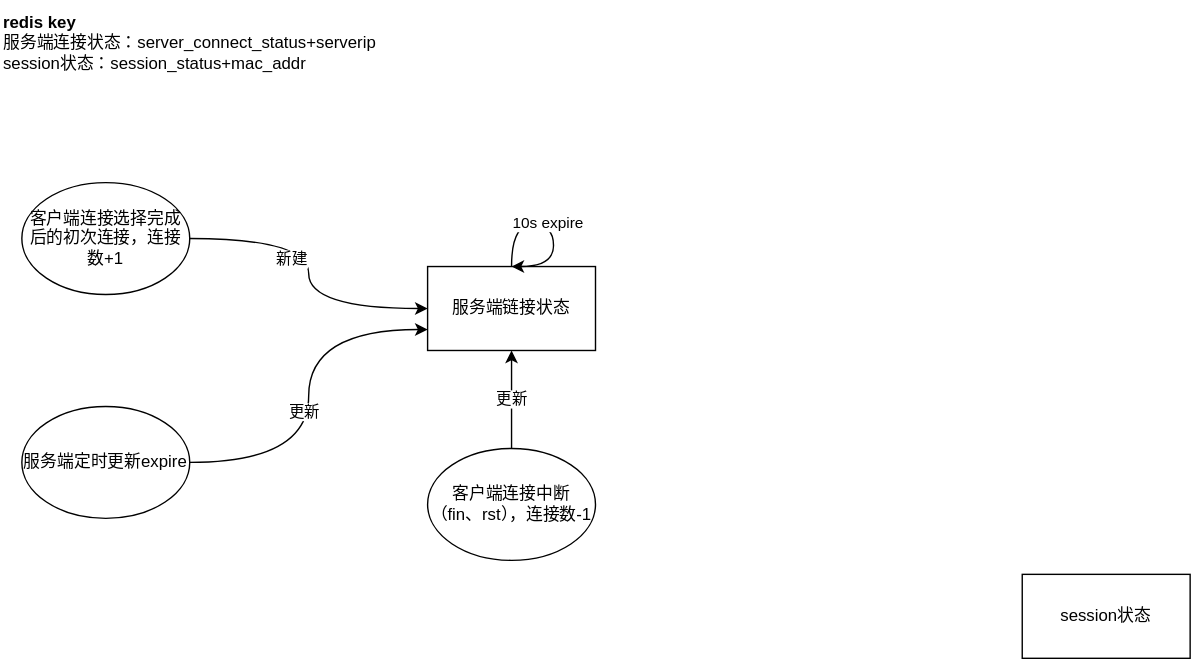
Earlier version of the draw.io export tc_redis统计数据状态转移图.svg (c17abab/diag_pics). Source tidied: cells renumbered, new cells last; positions are measured from the earlier drawing's top-left corner, leaving out a move shared by most shapes.
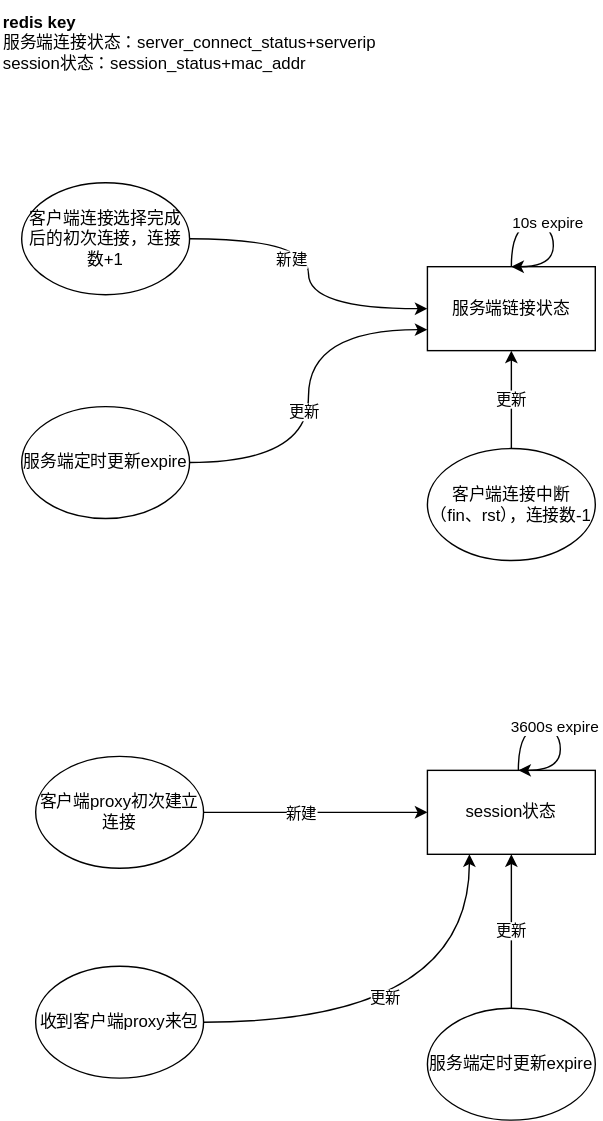
Above is the later version.

Commit message:
更新tc_redis统计数据状态转移图.svg

The edit, as a diff of the source:
```diff
@@ -6,7 +6,7 @@
       <mxGeometry x="305" y="190" width="120" height="60" as="geometry" />
     </mxCell>
     <mxCell id="3" value="session状态" style="rounded=0;whiteSpace=wrap;html=1;" parent="1" vertex="1">
-      <mxGeometry x="730" y="410" width="120" height="60" as="geometry" />
+      <mxGeometry x="305" y="550" width="120" height="60" as="geometry" />
     </mxCell>
     <mxCell id="4" value="&lt;b&gt;redis key&lt;/b&gt;&lt;br&gt;服务端连接状态：server_connect_status+serverip&lt;br&gt;session状态：session_status+mac_addr" style="text;html=1;strokeColor=none;fillColor=none;align=left;verticalAlign=middle;whiteSpace=wrap;rounded=0;" parent="1" vertex="1">
       <mxGeometry width="280" height="60" as="geometry" />
@@ -47,5 +47,43 @@
     <mxCell id="14" value="客户端连接中断（fin、rst），连接数-1" style="ellipse;whiteSpace=wrap;html=1;" parent="1" vertex="1">
       <mxGeometry x="305" y="320" width="120" height="80" as="geometry" />
     </mxCell>
+    <mxCell id="15" style="edgeStyle=orthogonalEdgeStyle;curved=1;rounded=0;orthogonalLoop=1;jettySize=auto;html=1;entryX=0.5;entryY=0;entryDx=0;entryDy=0;" parent="1" edge="1">
+      <mxGeometry relative="1" as="geometry">
+        <mxPoint x="370" y="550" as="sourcePoint" />
+        <mxPoint x="370" y="550" as="targetPoint" />
+        <Array as="points">
+          <mxPoint x="370" y="520" />
+          <mxPoint x="400" y="520" />
+          <mxPoint x="400" y="550" />
+        </Array>
+      </mxGeometry>
+    </mxCell>
+    <mxCell id="16" value="3600s expire" style="edgeLabel;html=1;align=center;verticalAlign=middle;" parent="15" vertex="1">
+      <mxGeometry x="-0.09" y="2" relative="1" as="geometry" />
+    </mxCell>
+    <mxCell id="17" style="edgeStyle=orthogonalEdgeStyle;curved=1;rounded=0;jettySize=auto;html=1;" parent="1" edge="1" source="19" target="3">
+      <mxGeometry relative="1" as="geometry" />
+    </mxCell>
+    <mxCell id="18" value="新建" style="edgeLabel;html=1;align=center;verticalAlign=middle;" parent="17" vertex="1">
+      <mxGeometry x="-0.14" relative="1" as="geometry" />
+    </mxCell>
+    <mxCell id="19" value="客户端proxy初次建立连接" style="ellipse;whiteSpace=wrap;html=1;" parent="1" vertex="1">
+      <mxGeometry x="25" y="540" width="120" height="80" as="geometry" />
+    </mxCell>
+    <mxCell id="20" style="edgeStyle=orthogonalEdgeStyle;curved=1;rounded=0;jettySize=auto;html=1;entryX=0.25;entryY=1;entryDx=0;entryDy=0;" parent="1" edge="1" source="22" target="3">
+      <mxGeometry relative="1" as="geometry" />
+    </mxCell>
+    <mxCell id="21" value="更新" style="edgeLabel;html=1;align=center;verticalAlign=middle;" parent="20" vertex="1">
+      <mxGeometry x="-0.17" y="18" relative="1" as="geometry" />
+    </mxCell>
+    <mxCell id="22" value="收到客户端proxy来包" style="ellipse;whiteSpace=wrap;html=1;" parent="1" vertex="1">
+      <mxGeometry x="25" y="690" width="120" height="80" as="geometry" />
+    </mxCell>
+    <mxCell id="23" value="更新" style="edgeStyle=orthogonalEdgeStyle;curved=1;rounded=0;jettySize=auto;html=1;entryX=0.5;entryY=1;entryDx=0;entryDy=0;" parent="1" edge="1" source="24" target="3">
+      <mxGeometry relative="1" as="geometry" />
+    </mxCell>
+    <mxCell id="24" value="服务端定时更新expire" style="ellipse;whiteSpace=wrap;html=1;" parent="1" vertex="1">
+      <mxGeometry x="305" y="720" width="120" height="80" as="geometry" />
+    </mxCell>
   </root>
 </mxGraphModel>
```
